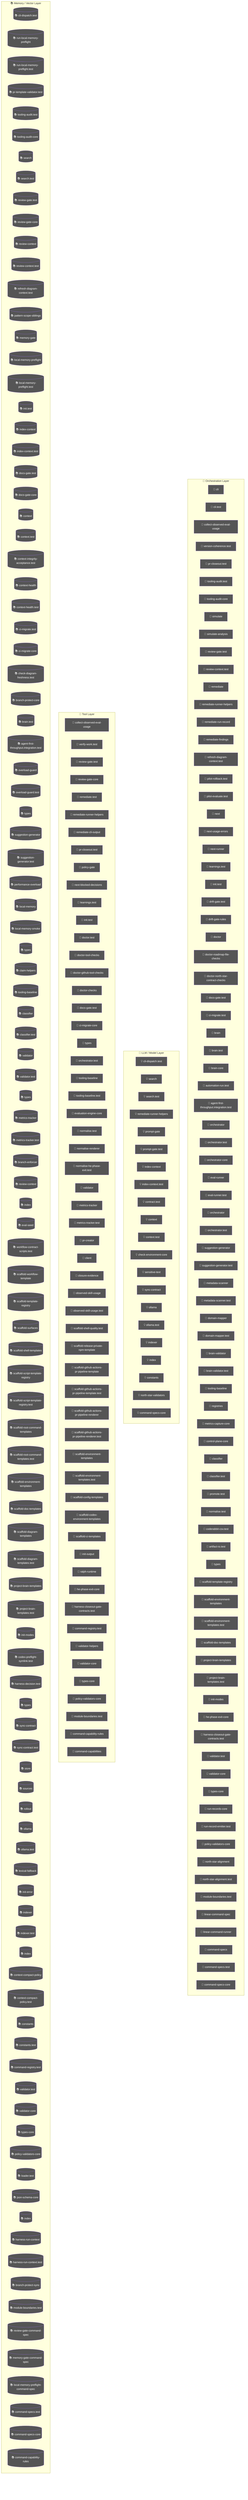
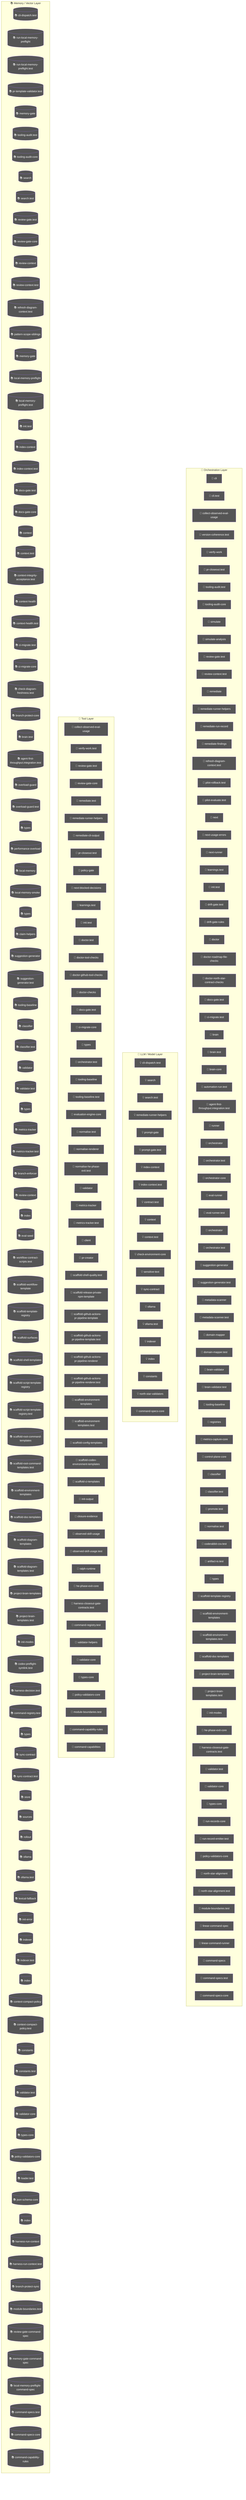
flowchart TD
  subgraph Orchestration["🎯 Orchestration Layer"]
    cli_99bb8840["🤖 cli"]
    cli_test_4851f28b["🤖 cli.test"]
    node_agent_mmd_orchestration_layer_orchestration_coll_37781291["🤖 collect-observed-eval-usage"]
    version_coherence_test_b81c6d8e["🤖 version-coherence.test"]
+     verify_work_df70ecac["🤖 verify-work"]
    pr_closeout_test_12a1ffdd["🤖 pr-closeout.test"]
    node_agent_mmd_orchestration_layer_orchestration_tool_5f9f8adf["🤖 tooling-audit.test"]
    node_agent_mmd_orchestration_layer_orchestration_tool_acfe0c01["🤖 tooling-audit-core"]
    simulate_b9efe395["🤖 simulate"]
    simulate_analysis_164a460c["🤖 simulate-analysis"]
    node_agent_mmd_orchestration_layer_orchestration_revi_ae9f100c["🤖 review-gate.test"]
    node_agent_mmd_orchestration_layer_orchestration_revi_84f25e5b["🤖 review-context.test"]
    remediate_06b9c7fc["🤖 remediate"]
    node_agent_mmd_orchestration_layer_orchestration_reme_359fe98f["🤖 remediate-runner-helpers"]
    remediate_run_record_9dfe5dc1["🤖 remediate-run-record"]
    remediate_findings_8b09c8c6["🤖 remediate-findings"]
    node_agent_mmd_orchestration_layer_orchestration_refr_10a87984["🤖 refresh-diagram-context.test"]
    pilot_rollback_test_e61d5a2b["🤖 pilot-rollback.test"]
    pilot_evaluate_test_a2ac06fc["🤖 pilot-evaluate.test"]
    next_c6c1c9a9["🤖 next"]
    next_usage_errors_837a345a["🤖 next-usage-errors"]
    next_runner_41643472["🤖 next-runner"]
    node_agent_mmd_orchestration_layer_orchestration_lear_5a2a5b08["🤖 learnings.test"]
    node_agent_mmd_orchestration_layer_orchestration_init_daf6ae1b["🤖 init.test"]
    drift_gate_test_816765e3["🤖 drift-gate.test"]
    drift_gate_rules_9685e72d["🤖 drift-gate-rules"]
    doctor_72f4be89["🤖 doctor"]
    doctor_roadmap_file_checks_14447b8e["🤖 doctor-roadmap-file-checks"]
    doctor_north_star_contract_checks_0048124c["🤖 doctor-north-star-contract-checks"]
    node_agent_mmd_orchestration_layer_orchestration_docs_22c7ae60["🤖 docs-gate.test"]
    node_agent_mmd_orchestration_layer_orchestration_ci_m_a6704d8b["🤖 ci-migrate.test"]
    brain_bbbf7a64["🤖 brain"]
    node_agent_mmd_orchestration_layer_orchestration_brai_9c019b6e["🤖 brain.test"]
    brain_core_aa07c380["🤖 brain-core"]
    automation_run_test_7b21d905["🤖 automation-run.test"]
    node_agent_mmd_orchestration_layer_orchestration_agen_eb715f44["🤖 agent-first-throughput.integration.test"]
+     runner_527aa9f4["🤖 runner"]
    orchestrator_11376b7e["🤖 orchestrator"]
    orchestrator_test_18d2fe26["🤖 orchestrator.test"]
    orchestrator_core_d0678b53["🤖 orchestrator-core"]
    eval_runner_0966a6b3["🤖 eval-runner"]
    eval_runner_test_962c8c18["🤖 eval-runner.test"]
    orchestrator_1_6b7137c5["🤖 orchestrator"]
    node_agent_mmd_orchestration_layer_orchestration_orch_af4e7416["🤖 orchestrator.test"]
    node_agent_mmd_orchestration_layer_orchestration_sugg_85c5ebe3["🤖 suggestion-generator"]
    node_agent_mmd_orchestration_layer_orchestration_sugg_d0ad9d8e["🤖 suggestion-generator.test"]
    metadata_scanner_6a101b66["🤖 metadata-scanner"]
    metadata_scanner_test_faee743d["🤖 metadata-scanner.test"]
    domain_mapper_cd9333d2["🤖 domain-mapper"]
    domain_mapper_test_dc5a9896["🤖 domain-mapper.test"]
    brain_validator_be251832["🤖 brain-validator"]
    brain_validator_test_5e40cb72["🤖 brain-validator.test"]
    node_agent_mmd_orchestration_layer_orchestration_tool_cc43149f["🤖 tooling-baseline"]
    registries_06402afa["🤖 registries"]
    metrics_capture_core_db4bf7cf["🤖 metrics-capture-core"]
    control_plane_core_db3b4cb2["🤖 control-plane-core"]
    node_agent_mmd_orchestration_layer_orchestration_clas_899b821a["🤖 classifier"]
    node_agent_mmd_orchestration_layer_orchestration_clas_402e0b3f["🤖 classifier.test"]
    promote_test_5c615269["🤖 promote.test"]
    normalise_test_1_6643dd83["🤖 normalise.test"]
    coderabbit_csv_test_1f36d0a4["🤖 coderabbit-csv.test"]
    artifact_io_test_aac02da3["🤖 artifact-io.test"]
-     types_17_ed30531c["🤖 types"]
+     types_16_0fae1112["🤖 types"]
    node_agent_mmd_orchestration_layer_orchestration_scaf_ff8f92f6["🤖 scaffold-template-registry"]
    node_agent_mmd_orchestration_layer_orchestration_scaf_c9a90c2f["🤖 scaffold-environment-templates"]
    node_agent_mmd_orchestration_layer_orchestration_scaf_78d57a93["🤖 scaffold-environment-templates.test"]
    node_agent_mmd_orchestration_layer_orchestration_scaf_12cc07db["🤖 scaffold-doc-templates"]
    node_agent_mmd_orchestration_layer_orchestration_proj_6ab6f60f["🤖 project-brain-templates"]
    node_agent_mmd_orchestration_layer_orchestration_proj_d78b2f4f["🤖 project-brain-templates.test"]
    node_agent_mmd_orchestration_layer_orchestration_init_2a9c3ecb["🤖 init-modes"]
    node_agent_mmd_orchestration_layer_orchestration_he_p_fc778c24["🤖 he-phase-exit-core"]
    node_agent_mmd_orchestration_layer_orchestration_harn_7761fad1["🤖 harness-closeout-gate-contracts.test"]
    node_agent_mmd_orchestration_layer_orchestration_vali_a3b17e45["🤖 validator.test"]
    node_agent_mmd_orchestration_layer_orchestration_vali_d9fe99e6["🤖 validator-core"]
    node_agent_mmd_orchestration_layer_orchestration_type_7cf81261["🤖 types-core"]
    run_records_core_89286dfa["🤖 run-records-core"]
    run_record_emitter_test_5475c0da["🤖 run-record-emitter.test"]
    node_agent_mmd_orchestration_layer_orchestration_poli_3270b55d["🤖 policy-validators-core"]
    north_star_alignment_00440188["🤖 north-star-alignment"]
    north_star_alignment_test_3ae1d69b["🤖 north-star-alignment.test"]
    node_agent_mmd_orchestration_layer_orchestration_modu_72373e29["🤖 module-boundaries.test"]
    linear_command_spec_1e12dd44["🤖 linear-command-spec"]
    linear_command_runner_4a740dfc["🤖 linear-command-runner"]
    command_specs_69167c63["🤖 command-specs"]
    node_agent_mmd_orchestration_layer_orchestration_comm_a137ef0a["🤖 command-specs.test"]
    node_agent_mmd_orchestration_layer_orchestration_comm_1f8cc24c["🤖 command-specs-core"]
  end
  subgraph LLMLayer["🧠 LLM / Model Layer"]
    node_agent_mmd_llm_model_layer_llmlayer_cli_dispatch__7ecbc6e7["💡 cli-dispatch.test"]
    node_agent_mmd_llm_model_layer_llmlayer_search_search_66b9a911["💡 search"]
    node_agent_mmd_llm_model_layer_llmlayer_search_test_s_72d50705["💡 search.test"]
    node_agent_mmd_llm_model_layer_llmlayer_remediate_run_9e3d4585["💡 remediate-runner-helpers"]
    prompt_gate_c5e9d207["💡 prompt-gate"]
    prompt_gate_test_1a442b27["💡 prompt-gate.test"]
    node_agent_mmd_llm_model_layer_llmlayer_index_context_1041bd11["💡 index-context"]
    node_agent_mmd_llm_model_layer_llmlayer_index_context_7e927b45["💡 index-context.test"]
    contract_test_2262847f["💡 contract.test"]
    node_agent_mmd_llm_model_layer_llmlayer_context_conte_ad2dfbd9["💡 context"]
    node_agent_mmd_llm_model_layer_llmlayer_context_test__32277db3["💡 context.test"]
    check_environment_core_2c16213f["💡 check-environment-core"]
    sensitive_text_7c11f760["💡 sensitive-text"]
    node_agent_mmd_llm_model_layer_llmlayer_sync_contract_9f3cc8c1["💡 sync-contract"]
    node_agent_mmd_llm_model_layer_llmlayer_ollama_ollama_968b23fa["💡 ollama"]
    node_agent_mmd_llm_model_layer_llmlayer_ollama_test_o_d62a0b5a["💡 ollama.test"]
    node_agent_mmd_llm_model_layer_llmlayer_indexer_index_4f4deef5["💡 indexer"]
    node_agent_mmd_llm_model_layer_llmlayer_index_index_1_02e160ff["💡 index"]
    node_agent_mmd_llm_model_layer_llmlayer_constants_con_c9bd3f6c["💡 constants"]
    north_star_validators_cfc926ce["💡 north-star-validators"]
    node_agent_mmd_llm_model_layer_llmlayer_command_specs_782af9fa["💡 command-specs-core"]
  end
  subgraph ToolLayer["🔧 Tool Layer"]
    node_agent_mmd_tool_layer_toollayer_collect_observed__f30f627d["🔧 collect-observed-eval-usage"]
    verify_work_test_0e12f6c5["🔧 verify-work.test"]
    node_agent_mmd_tool_layer_toollayer_review_gate_test__548e6c28["🔧 review-gate.test"]
    node_agent_mmd_tool_layer_toollayer_review_gate_core__7704598b["🔧 review-gate-core"]
    remediate_test_6f59cafe["🔧 remediate.test"]
    node_agent_mmd_tool_layer_toollayer_remediate_runner__c003b871["🔧 remediate-runner-helpers"]
    remediate_cli_output_cc165396["🔧 remediate-cli-output"]
    pr_closeout_test_1_be1a0df1["🔧 pr-closeout.test"]
    policy_gate_213f7313["🔧 policy-gate"]
    next_blocked_decisions_4140ad2b["🔧 next-blocked-decisions"]
    node_agent_mmd_tool_layer_toollayer_learnings_test_le_d61f175f["🔧 learnings.test"]
    node_agent_mmd_tool_layer_toollayer_init_test_init_te_ae014ee3["🔧 init.test"]
    doctor_test_e032e8b5["🔧 doctor.test"]
    doctor_tool_checks_4acac51a["🔧 doctor-tool-checks"]
    doctor_github_tool_checks_a53b0382["🔧 doctor-github-tool-checks"]
    doctor_checks_5a2eb2b9["🔧 doctor-checks"]
    node_agent_mmd_tool_layer_toollayer_docs_gate_test_do_ca0c4c21["🔧 docs-gate.test"]
    node_agent_mmd_tool_layer_toollayer_ci_migrate_core_c_049f8460["🔧 ci-migrate-core"]
-     types_1_4ecdf56e["🔧 types"]
+     types_2_d9bc6e7a["🔧 types"]
    node_agent_mmd_tool_layer_toollayer_orchestrator_test_b563c528["🔧 orchestrator.test"]
    node_agent_mmd_tool_layer_toollayer_tooling_baseline__61e66e9f["🔧 tooling-baseline"]
    tooling_baseline_test_d272ddb6["🔧 tooling-baseline.test"]
    evaluation_engine_core_e054fe49["🔧 evaluation-engine-core"]
    normalise_test_73e8a615["🔧 normalise.test"]
    normalise_renderer_85f2e563["🔧 normalise-renderer"]
    normalise_he_phase_exit_test_1788efc4["🔧 normalise-he-phase-exit.test"]
    node_agent_mmd_tool_layer_toollayer_validator_validat_96a84a52["🔧 validator"]
    node_agent_mmd_tool_layer_toollayer_metrics_tracker_m_4c9237d8["🔧 metrics-tracker"]
    node_agent_mmd_tool_layer_toollayer_metrics_tracker_t_8947b778["🔧 metrics-tracker.test"]
+     client_1_914e1681["🔧 client"]
    pr_creator_dc6b1ea4["🔧 pr-creator"]
-     client_1_914e1681["🔧 client"]
-     closure_evidence_aaa31467["🔧 closure-evidence"]
-     observed_skill_usage_ed7d5930["🔧 observed-skill-usage"]
-     observed_skill_usage_test_311c215a["🔧 observed-skill-usage.test"]
    scaffold_shell_quality_test_79567d03["🔧 scaffold-shell-quality.test"]
    scaffold_release_private_npm_template_075499f8["🔧 scaffold-release-private-npm-template"]
    scaffold_github_actions_pr_pipeline_template_e2b85f62["🔧 scaffold-github-actions-pr-pipeline-template"]
    scaffold_github_actions_pr_pipeline_template_test_be464a7b["🔧 scaffold-github-actions-pr-pipeline-template.test"]
    scaffold_github_actions_pr_pipeline_renderer_1ee18de5["🔧 scaffold-github-actions-pr-pipeline-renderer"]
    scaffold_github_actions_pr_pipeline_renderer_test_2cc38272["🔧 scaffold-github-actions-pr-pipeline-renderer.test"]
    node_agent_mmd_tool_layer_toollayer_scaffold_environm_c1afc013["🔧 scaffold-environment-templates"]
    node_agent_mmd_tool_layer_toollayer_scaffold_environm_1a8f8168["🔧 scaffold-environment-templates.test"]
    scaffold_config_templates_4b80ce53["🔧 scaffold-config-templates"]
    scaffold_codex_environment_templates_334fbbed["🔧 scaffold-codex-environment-templates"]
    scaffold_ci_templates_2afd6392["🔧 scaffold-ci-templates"]
    init_output_360dce91["🔧 init-output"]
+     closure_evidence_aaa31467["🔧 closure-evidence"]
+     observed_skill_usage_ed7d5930["🔧 observed-skill-usage"]
+     observed_skill_usage_test_311c215a["🔧 observed-skill-usage.test"]
    ralph_runtime_73d63c0e["🔧 ralph-runtime"]
    node_agent_mmd_tool_layer_toollayer_he_phase_exit_cor_af016160["🔧 he-phase-exit-core"]
    node_agent_mmd_tool_layer_toollayer_harness_closeout__df9d1dab["🔧 harness-closeout-gate-contracts.test"]
    node_agent_mmd_tool_layer_toollayer_command_registry__cce57abe["🔧 command-registry.test"]
    validator_helpers_7b927667["🔧 validator-helpers"]
    node_agent_mmd_tool_layer_toollayer_validator_core_va_6ef6131f["🔧 validator-core"]
    node_agent_mmd_tool_layer_toollayer_types_core_types__6c8319b6["🔧 types-core"]
    node_agent_mmd_tool_layer_toollayer_policy_validators_af136abf["🔧 policy-validators-core"]
    node_agent_mmd_tool_layer_toollayer_module_boundaries_fecf90b5["🔧 module-boundaries.test"]
    node_agent_mmd_tool_layer_toollayer_command_capabilit_e97a4615["🔧 command-capability-rules"]
    command_capabilities_a4d5c71e["🔧 command-capabilities"]
  end
  subgraph MemoryLayer["📚 Memory / Vector Layer"]
    node_agent_mmd_memory_vector_layer_memorylayer_cli_di_c121353b[("📚 cli-dispatch.test")]
    run_local_memory_preflight_36e92808[("📚 run-local-memory-preflight")]
    run_local_memory_preflight_test_1d7c5aa0[("📚 run-local-memory-preflight.test")]
    pr_template_validator_test_569b1cef[("📚 pr-template-validator.test")]
+     memory_gate_a577a506[("📚 memory-gate")]
    node_agent_mmd_memory_vector_layer_memorylayer_toolin_48be0fc9[("📚 tooling-audit.test")]
    node_agent_mmd_memory_vector_layer_memorylayer_toolin_a1185b8f[("📚 tooling-audit-core")]
    node_agent_mmd_memory_vector_layer_memorylayer_search_ac35cb7e[("📚 search")]
    node_agent_mmd_memory_vector_layer_memorylayer_search_ebbe6c53[("📚 search.test")]
    node_agent_mmd_memory_vector_layer_memorylayer_review_e0e0b257[("📚 review-gate.test")]
    node_agent_mmd_memory_vector_layer_memorylayer_review_5bee9816[("📚 review-gate-core")]
    review_context_ca6cf81d[("📚 review-context")]
    node_agent_mmd_memory_vector_layer_memorylayer_review_3255d3cf[("📚 review-context.test")]
    node_agent_mmd_memory_vector_layer_memorylayer_refres_b1a0f415[("📚 refresh-diagram-context.test")]
    pattern_scope_siblings_43abe000[("📚 pattern-scope-siblings")]
-     memory_gate_a577a506[("📚 memory-gate")]
+     memory_gate_1_265164ac[("📚 memory-gate")]
    local_memory_preflight_dcc36c42[("📚 local-memory-preflight")]
    local_memory_preflight_test_5e323bbf[("📚 local-memory-preflight.test")]
    node_agent_mmd_memory_vector_layer_memorylayer_init_t_bac0fb9d[("📚 init.test")]
    node_agent_mmd_memory_vector_layer_memorylayer_index__6f3402d0[("📚 index-context")]
    node_agent_mmd_memory_vector_layer_memorylayer_index__46fc46d7[("📚 index-context.test")]
    node_agent_mmd_memory_vector_layer_memorylayer_docs_g_2ab7a620[("📚 docs-gate.test")]
    docs_gate_core_eb9b6c18[("📚 docs-gate-core")]
    node_agent_mmd_memory_vector_layer_memorylayer_contex_78ceaaa9[("📚 context")]
    node_agent_mmd_memory_vector_layer_memorylayer_contex_4e7cab00[("📚 context.test")]
    context_integrity_acceptance_test_59f961b1[("📚 context-integrity-acceptance.test")]
    context_health_80bb7da9[("📚 context-health")]
    context_health_test_3b5b87f3[("📚 context-health.test")]
    node_agent_mmd_memory_vector_layer_memorylayer_ci_mig_df76706f[("📚 ci-migrate.test")]
    node_agent_mmd_memory_vector_layer_memorylayer_ci_mig_0cd5b1a4[("📚 ci-migrate-core")]
    check_diagram_freshness_test_c1dc40aa[("📚 check-diagram-freshness.test")]
    branch_protect_core_a8feb0fd[("📚 branch-protect-core")]
    node_agent_mmd_memory_vector_layer_memorylayer_brain__80b5ea48[("📚 brain.test")]
    node_agent_mmd_memory_vector_layer_memorylayer_agent__6f084ab8[("📚 agent-first-throughput.integration.test")]
    overload_guard_2748c559[("📚 overload-guard")]
    overload_guard_test_6ece9f86[("📚 overload-guard.test")]
-     types_4_822d0f88[("📚 types")]
-     node_agent_mmd_memory_vector_layer_memorylayer_sugges_267f408d[("📚 suggestion-generator")]
-     node_agent_mmd_memory_vector_layer_memorylayer_sugges_b043d150[("📚 suggestion-generator.test")]
+     types_5_f869ec4b[("📚 types")]
    performance_overload_c685bfcf[("📚 performance-overload")]
    local_memory_0db17ecc[("📚 local-memory")]
    local_memory_smoke_1175abfc[("📚 local-memory-smoke")]
-     types_8_f6283648[("📚 types")]
+     types_9_1db4641f[("📚 types")]
    claim_helpers_20dc8387[("📚 claim-helpers")]
+     node_agent_mmd_memory_vector_layer_memorylayer_sugges_267f408d[("📚 suggestion-generator")]
+     node_agent_mmd_memory_vector_layer_memorylayer_sugges_b043d150[("📚 suggestion-generator.test")]
    node_agent_mmd_memory_vector_layer_memorylayer_toolin_14f86b00[("📚 tooling-baseline")]
    node_agent_mmd_memory_vector_layer_memorylayer_classi_1ebbf5ff[("📚 classifier")]
    node_agent_mmd_memory_vector_layer_memorylayer_classi_58e617e7[("📚 classifier.test")]
    node_agent_mmd_memory_vector_layer_memorylayer_valida_1b167f63[("📚 validator")]
    validator_test_1_c5015ca0[("📚 validator.test")]
-     types_12_2b09659a[("📚 types")]
+     types_13_d025517b[("📚 types")]
    node_agent_mmd_memory_vector_layer_memorylayer_metric_12562178[("📚 metrics-tracker")]
    node_agent_mmd_memory_vector_layer_memorylayer_metric_74129788[("📚 metrics-tracker.test")]
    branch_enforcer_acb749cd[("📚 branch-enforcer")]
    review_context_1_e3afed15[("📚 review-context")]
    index_2_10143590[("📚 index")]
    eval_seed_5699fd3e[("📚 eval-seed")]
    workflow_contract_scripts_test_681e2e3c[("📚 workflow-contract-scripts.test")]
    scaffold_workflow_template_92310587[("📚 scaffold-workflow-template")]
    node_agent_mmd_memory_vector_layer_memorylayer_scaffo_a86eece1[("📚 scaffold-template-registry")]
    scaffold_surfaces_12d6494e[("📚 scaffold-surfaces")]
    scaffold_shell_templates_0ad0f915[("📚 scaffold-shell-templates")]
    scaffold_script_template_registry_69312d4e[("📚 scaffold-script-template-registry")]
    scaffold_script_template_registry_test_6a8ebefe[("📚 scaffold-script-template-registry.test")]
    scaffold_root_command_templates_404fed7f[("📚 scaffold-root-command-templates")]
    scaffold_root_command_templates_test_14596939[("📚 scaffold-root-command-templates.test")]
    node_agent_mmd_memory_vector_layer_memorylayer_scaffo_12b42341[("📚 scaffold-environment-templates")]
    node_agent_mmd_memory_vector_layer_memorylayer_scaffo_5fd73b94[("📚 scaffold-doc-templates")]
    scaffold_diagram_templates_dd88e83c[("📚 scaffold-diagram-templates")]
    scaffold_diagram_templates_test_f3774c28[("📚 scaffold-diagram-templates.test")]
    node_agent_mmd_memory_vector_layer_memorylayer_projec_3ae304d9[("📚 project-brain-templates")]
    node_agent_mmd_memory_vector_layer_memorylayer_projec_6048335b[("📚 project-brain-templates.test")]
    node_agent_mmd_memory_vector_layer_memorylayer_init_m_333d02c5[("📚 init-modes")]
    codex_preflight_symlink_test_037558db[("📚 codex-preflight-symlink.test")]
    harness_decision_test_7e5a4fe5[("📚 harness-decision.test")]
-     types_18_37582e2a[("📚 types")]
+     node_agent_mmd_memory_vector_layer_memorylayer_comman_362247bb[("📚 command-registry.test")]
+     types_19_eb4ad5f0[("📚 types")]
    node_agent_mmd_memory_vector_layer_memorylayer_sync_c_e43418bc[("📚 sync-contract")]
    sync_contract_test_5dc3165c[("📚 sync-contract.test")]
    store_824d80d7[("📚 store")]
    sources_1_e133d97d[("📚 sources")]
    rollout_a4fa034c[("📚 rollout")]
    node_agent_mmd_memory_vector_layer_memorylayer_ollama_6d51be16[("📚 ollama")]
    node_agent_mmd_memory_vector_layer_memorylayer_ollama_d800c0c4[("📚 ollama.test")]
    lexical_fallback_723e2b3e[("📚 lexical-fallback")]
    init_error_5c7dd49f[("📚 init-error")]
    node_agent_mmd_memory_vector_layer_memorylayer_indexe_93e6d86f[("📚 indexer")]
    indexer_test_d492f0aa[("📚 indexer.test")]
    node_agent_mmd_memory_vector_layer_memorylayer_index__752bc61e[("📚 index")]
    context_compact_policy_3dcaf95d[("📚 context-compact-policy")]
    context_compact_policy_test_da148267[("📚 context-compact-policy.test")]
    node_agent_mmd_memory_vector_layer_memorylayer_consta_702d3f46[("📚 constants")]
    constants_test_5492ae98[("📚 constants.test")]
-     node_agent_mmd_memory_vector_layer_memorylayer_comman_362247bb[("📚 command-registry.test")]
    node_agent_mmd_memory_vector_layer_memorylayer_valida_caacfcdf[("📚 validator.test")]
    node_agent_mmd_memory_vector_layer_memorylayer_valida_41034356[("📚 validator-core")]
    node_agent_mmd_memory_vector_layer_memorylayer_types__83f369fa[("📚 types-core")]
    node_agent_mmd_memory_vector_layer_memorylayer_policy_1944de42[("📚 policy-validators-core")]
    loader_test_03424671[("📚 loader.test")]
    json_schema_core_96d7e328[("📚 json-schema-core")]
    index_6_fc9e91e2[("📚 index")]
    harness_run_context_ac7c77a9[("📚 harness-run-context")]
    harness_run_context_test_c6937fed[("📚 harness-run-context.test")]
    branch_protect_sync_570adb18[("📚 branch-protect-sync")]
    node_agent_mmd_memory_vector_layer_memorylayer_module_9bfd18b1[("📚 module-boundaries.test")]
    review_gate_command_spec_3187376a[("📚 review-gate-command-spec")]
    memory_gate_command_spec_dc9001a9[("📚 memory-gate-command-spec")]
    local_memory_preflight_command_spec_9e23f3ce[("📚 local-memory-preflight-command-spec")]
    node_agent_mmd_memory_vector_layer_memorylayer_comman_d36d1650[("📚 command-specs.test")]
    node_agent_mmd_memory_vector_layer_memorylayer_comman_111eb454[("📚 command-specs-core")]
    node_agent_mmd_memory_vector_layer_memorylayer_comman_c72a5d05[("📚 command-capability-rules")]
  end
  classDef agentNode fill:#555,color:#fff
-   class cli_99bb8840,cli_test_4851f28b,node_agent_mmd_orchestration_layer_orchestration_coll_37781291,node_agent_mmd_tool_layer_toollayer_collect_observed__f30f627d,version_coherence_test_b81c6d8e,pr_closeout_test_12a1ffdd,node_agent_mmd_orchestration_layer_orchestration_tool_5f9f8adf,node_agent_mmd_memory_vector_layer_memorylayer_toolin_48be0fc9,node_agent_mmd_orchestration_layer_orchestration_tool_acfe0c01,node_agent_mmd_memory_vector_layer_memorylayer_toolin_a1185b8f,simulate_b9efe395,simulate_analysis_164a460c,node_agent_mmd_orchestration_layer_orchestration_revi_ae9f100c,node_agent_mmd_tool_layer_toollayer_review_gate_test__548e6c28,node_agent_mmd_memory_vector_layer_memorylayer_review_e0e0b257,node_agent_mmd_orchestration_layer_orchestration_revi_84f25e5b,node_agent_mmd_memory_vector_layer_memorylayer_review_3255d3cf,remediate_06b9c7fc,node_agent_mmd_orchestration_layer_orchestration_reme_359fe98f,node_agent_mmd_llm_model_layer_llmlayer_remediate_run_9e3d4585,node_agent_mmd_tool_layer_toollayer_remediate_runner__c003b871,remediate_run_record_9dfe5dc1,remediate_findings_8b09c8c6,node_agent_mmd_orchestration_layer_orchestration_refr_10a87984,node_agent_mmd_memory_vector_layer_memorylayer_refres_b1a0f415,pilot_rollback_test_e61d5a2b,pilot_evaluate_test_a2ac06fc,next_c6c1c9a9,next_usage_errors_837a345a,next_runner_41643472,node_agent_mmd_orchestration_layer_orchestration_lear_5a2a5b08,node_agent_mmd_tool_layer_toollayer_learnings_test_le_d61f175f,node_agent_mmd_orchestration_layer_orchestration_init_daf6ae1b,node_agent_mmd_tool_layer_toollayer_init_test_init_te_ae014ee3,node_agent_mmd_memory_vector_layer_memorylayer_init_t_bac0fb9d,drift_gate_test_816765e3,drift_gate_rules_9685e72d,doctor_72f4be89,doctor_roadmap_file_checks_14447b8e,doctor_north_star_contract_checks_0048124c,node_agent_mmd_orchestration_layer_orchestration_docs_22c7ae60,node_agent_mmd_tool_layer_toollayer_docs_gate_test_do_ca0c4c21,node_agent_mmd_memory_vector_layer_memorylayer_docs_g_2ab7a620,node_agent_mmd_orchestration_layer_orchestration_ci_m_a6704d8b,node_agent_mmd_memory_vector_layer_memorylayer_ci_mig_df76706f,brain_bbbf7a64,node_agent_mmd_orchestration_layer_orchestration_brai_9c019b6e,node_agent_mmd_memory_vector_layer_memorylayer_brain__80b5ea48,brain_core_aa07c380,automation_run_test_7b21d905,node_agent_mmd_orchestration_layer_orchestration_agen_eb715f44,node_agent_mmd_memory_vector_layer_memorylayer_agent__6f084ab8,orchestrator_11376b7e,orchestrator_test_18d2fe26,orchestrator_core_d0678b53,eval_runner_0966a6b3,eval_runner_test_962c8c18,orchestrator_1_6b7137c5,node_agent_mmd_orchestration_layer_orchestration_orch_af4e7416,node_agent_mmd_tool_layer_toollayer_orchestrator_test_b563c528,node_agent_mmd_orchestration_layer_orchestration_sugg_85c5ebe3,node_agent_mmd_memory_vector_layer_memorylayer_sugges_267f408d,node_agent_mmd_orchestration_layer_orchestration_sugg_d0ad9d8e,node_agent_mmd_memory_vector_layer_memorylayer_sugges_b043d150,metadata_scanner_6a101b66,metadata_scanner_test_faee743d,domain_mapper_cd9333d2,domain_mapper_test_dc5a9896,brain_validator_be251832,brain_validator_test_5e40cb72,node_agent_mmd_orchestration_layer_orchestration_tool_cc43149f,node_agent_mmd_tool_layer_toollayer_tooling_baseline__61e66e9f,node_agent_mmd_memory_vector_layer_memorylayer_toolin_14f86b00,registries_06402afa,metrics_capture_core_db4bf7cf,control_plane_core_db3b4cb2,node_agent_mmd_orchestration_layer_orchestration_clas_899b821a,node_agent_mmd_memory_vector_layer_memorylayer_classi_1ebbf5ff,node_agent_mmd_orchestration_layer_orchestration_clas_402e0b3f,node_agent_mmd_memory_vector_layer_memorylayer_classi_58e617e7,promote_test_5c615269,normalise_test_1_6643dd83,coderabbit_csv_test_1f36d0a4,artifact_io_test_aac02da3,types_17_ed30531c,node_agent_mmd_orchestration_layer_orchestration_scaf_ff8f92f6,node_agent_mmd_memory_vector_layer_memorylayer_scaffo_a86eece1,node_agent_mmd_orchestration_layer_orchestration_scaf_c9a90c2f,node_agent_mmd_tool_layer_toollayer_scaffold_environm_c1afc013,node_agent_mmd_memory_vector_layer_memorylayer_scaffo_12b42341,node_agent_mmd_orchestration_layer_orchestration_scaf_78d57a93,node_agent_mmd_tool_layer_toollayer_scaffold_environm_1a8f8168,node_agent_mmd_orchestration_layer_orchestration_scaf_12cc07db,node_agent_mmd_memory_vector_layer_memorylayer_scaffo_5fd73b94,node_agent_mmd_orchestration_layer_orchestration_proj_6ab6f60f,node_agent_mmd_memory_vector_layer_memorylayer_projec_3ae304d9,node_agent_mmd_orchestration_layer_orchestration_proj_d78b2f4f,node_agent_mmd_memory_vector_layer_memorylayer_projec_6048335b,node_agent_mmd_orchestration_layer_orchestration_init_2a9c3ecb,node_agent_mmd_memory_vector_layer_memorylayer_init_m_333d02c5,node_agent_mmd_orchestration_layer_orchestration_he_p_fc778c24,node_agent_mmd_tool_layer_toollayer_he_phase_exit_cor_af016160,node_agent_mmd_orchestration_layer_orchestration_harn_7761fad1,node_agent_mmd_tool_layer_toollayer_harness_closeout__df9d1dab,node_agent_mmd_orchestration_layer_orchestration_vali_a3b17e45,node_agent_mmd_memory_vector_layer_memorylayer_valida_caacfcdf,node_agent_mmd_orchestration_layer_orchestration_vali_d9fe99e6,node_agent_mmd_tool_layer_toollayer_validator_core_va_6ef6131f,node_agent_mmd_memory_vector_layer_memorylayer_valida_41034356,node_agent_mmd_orchestration_layer_orchestration_type_7cf81261,node_agent_mmd_tool_layer_toollayer_types_core_types__6c8319b6,node_agent_mmd_memory_vector_layer_memorylayer_types__83f369fa,run_records_core_89286dfa,run_record_emitter_test_5475c0da,node_agent_mmd_orchestration_layer_orchestration_poli_3270b55d,node_agent_mmd_tool_layer_toollayer_policy_validators_af136abf,node_agent_mmd_memory_vector_layer_memorylayer_policy_1944de42,north_star_alignment_00440188,north_star_alignment_test_3ae1d69b,node_agent_mmd_orchestration_layer_orchestration_modu_72373e29,node_agent_mmd_tool_layer_toollayer_module_boundaries_fecf90b5,node_agent_mmd_memory_vector_layer_memorylayer_module_9bfd18b1,linear_command_spec_1e12dd44,linear_command_runner_4a740dfc,command_specs_69167c63,node_agent_mmd_orchestration_layer_orchestration_comm_a137ef0a,node_agent_mmd_memory_vector_layer_memorylayer_comman_d36d1650,node_agent_mmd_orchestration_layer_orchestration_comm_1f8cc24c,node_agent_mmd_llm_model_layer_llmlayer_command_specs_782af9fa,node_agent_mmd_memory_vector_layer_memorylayer_comman_111eb454 agentNode
+   class cli_99bb8840,cli_test_4851f28b,node_agent_mmd_orchestration_layer_orchestration_coll_37781291,node_agent_mmd_tool_layer_toollayer_collect_observed__f30f627d,version_coherence_test_b81c6d8e,verify_work_df70ecac,pr_closeout_test_12a1ffdd,node_agent_mmd_orchestration_layer_orchestration_tool_5f9f8adf,node_agent_mmd_memory_vector_layer_memorylayer_toolin_48be0fc9,node_agent_mmd_orchestration_layer_orchestration_tool_acfe0c01,node_agent_mmd_memory_vector_layer_memorylayer_toolin_a1185b8f,simulate_b9efe395,simulate_analysis_164a460c,node_agent_mmd_orchestration_layer_orchestration_revi_ae9f100c,node_agent_mmd_tool_layer_toollayer_review_gate_test__548e6c28,node_agent_mmd_memory_vector_layer_memorylayer_review_e0e0b257,node_agent_mmd_orchestration_layer_orchestration_revi_84f25e5b,node_agent_mmd_memory_vector_layer_memorylayer_review_3255d3cf,remediate_06b9c7fc,node_agent_mmd_orchestration_layer_orchestration_reme_359fe98f,node_agent_mmd_llm_model_layer_llmlayer_remediate_run_9e3d4585,node_agent_mmd_tool_layer_toollayer_remediate_runner__c003b871,remediate_run_record_9dfe5dc1,remediate_findings_8b09c8c6,node_agent_mmd_orchestration_layer_orchestration_refr_10a87984,node_agent_mmd_memory_vector_layer_memorylayer_refres_b1a0f415,pilot_rollback_test_e61d5a2b,pilot_evaluate_test_a2ac06fc,next_c6c1c9a9,next_usage_errors_837a345a,next_runner_41643472,node_agent_mmd_orchestration_layer_orchestration_lear_5a2a5b08,node_agent_mmd_tool_layer_toollayer_learnings_test_le_d61f175f,node_agent_mmd_orchestration_layer_orchestration_init_daf6ae1b,node_agent_mmd_tool_layer_toollayer_init_test_init_te_ae014ee3,node_agent_mmd_memory_vector_layer_memorylayer_init_t_bac0fb9d,drift_gate_test_816765e3,drift_gate_rules_9685e72d,doctor_72f4be89,doctor_roadmap_file_checks_14447b8e,doctor_north_star_contract_checks_0048124c,node_agent_mmd_orchestration_layer_orchestration_docs_22c7ae60,node_agent_mmd_tool_layer_toollayer_docs_gate_test_do_ca0c4c21,node_agent_mmd_memory_vector_layer_memorylayer_docs_g_2ab7a620,node_agent_mmd_orchestration_layer_orchestration_ci_m_a6704d8b,node_agent_mmd_memory_vector_layer_memorylayer_ci_mig_df76706f,brain_bbbf7a64,node_agent_mmd_orchestration_layer_orchestration_brai_9c019b6e,node_agent_mmd_memory_vector_layer_memorylayer_brain__80b5ea48,brain_core_aa07c380,automation_run_test_7b21d905,node_agent_mmd_orchestration_layer_orchestration_agen_eb715f44,node_agent_mmd_memory_vector_layer_memorylayer_agent__6f084ab8,runner_527aa9f4,orchestrator_11376b7e,orchestrator_test_18d2fe26,orchestrator_core_d0678b53,eval_runner_0966a6b3,eval_runner_test_962c8c18,orchestrator_1_6b7137c5,node_agent_mmd_orchestration_layer_orchestration_orch_af4e7416,node_agent_mmd_tool_layer_toollayer_orchestrator_test_b563c528,node_agent_mmd_orchestration_layer_orchestration_sugg_85c5ebe3,node_agent_mmd_memory_vector_layer_memorylayer_sugges_267f408d,node_agent_mmd_orchestration_layer_orchestration_sugg_d0ad9d8e,node_agent_mmd_memory_vector_layer_memorylayer_sugges_b043d150,metadata_scanner_6a101b66,metadata_scanner_test_faee743d,domain_mapper_cd9333d2,domain_mapper_test_dc5a9896,brain_validator_be251832,brain_validator_test_5e40cb72,node_agent_mmd_orchestration_layer_orchestration_tool_cc43149f,node_agent_mmd_tool_layer_toollayer_tooling_baseline__61e66e9f,node_agent_mmd_memory_vector_layer_memorylayer_toolin_14f86b00,registries_06402afa,metrics_capture_core_db4bf7cf,control_plane_core_db3b4cb2,node_agent_mmd_orchestration_layer_orchestration_clas_899b821a,node_agent_mmd_memory_vector_layer_memorylayer_classi_1ebbf5ff,node_agent_mmd_orchestration_layer_orchestration_clas_402e0b3f,node_agent_mmd_memory_vector_layer_memorylayer_classi_58e617e7,promote_test_5c615269,normalise_test_1_6643dd83,coderabbit_csv_test_1f36d0a4,artifact_io_test_aac02da3,types_16_0fae1112,node_agent_mmd_orchestration_layer_orchestration_scaf_ff8f92f6,node_agent_mmd_memory_vector_layer_memorylayer_scaffo_a86eece1,node_agent_mmd_orchestration_layer_orchestration_scaf_c9a90c2f,node_agent_mmd_tool_layer_toollayer_scaffold_environm_c1afc013,node_agent_mmd_memory_vector_layer_memorylayer_scaffo_12b42341,node_agent_mmd_orchestration_layer_orchestration_scaf_78d57a93,node_agent_mmd_tool_layer_toollayer_scaffold_environm_1a8f8168,node_agent_mmd_orchestration_layer_orchestration_scaf_12cc07db,node_agent_mmd_memory_vector_layer_memorylayer_scaffo_5fd73b94,node_agent_mmd_orchestration_layer_orchestration_proj_6ab6f60f,node_agent_mmd_memory_vector_layer_memorylayer_projec_3ae304d9,node_agent_mmd_orchestration_layer_orchestration_proj_d78b2f4f,node_agent_mmd_memory_vector_layer_memorylayer_projec_6048335b,node_agent_mmd_orchestration_layer_orchestration_init_2a9c3ecb,node_agent_mmd_memory_vector_layer_memorylayer_init_m_333d02c5,node_agent_mmd_orchestration_layer_orchestration_he_p_fc778c24,node_agent_mmd_tool_layer_toollayer_he_phase_exit_cor_af016160,node_agent_mmd_orchestration_layer_orchestration_harn_7761fad1,node_agent_mmd_tool_layer_toollayer_harness_closeout__df9d1dab,node_agent_mmd_orchestration_layer_orchestration_vali_a3b17e45,node_agent_mmd_memory_vector_layer_memorylayer_valida_caacfcdf,node_agent_mmd_orchestration_layer_orchestration_vali_d9fe99e6,node_agent_mmd_tool_layer_toollayer_validator_core_va_6ef6131f,node_agent_mmd_memory_vector_layer_memorylayer_valida_41034356,node_agent_mmd_orchestration_layer_orchestration_type_7cf81261,node_agent_mmd_tool_layer_toollayer_types_core_types__6c8319b6,node_agent_mmd_memory_vector_layer_memorylayer_types__83f369fa,run_records_core_89286dfa,run_record_emitter_test_5475c0da,node_agent_mmd_orchestration_layer_orchestration_poli_3270b55d,node_agent_mmd_tool_layer_toollayer_policy_validators_af136abf,node_agent_mmd_memory_vector_layer_memorylayer_policy_1944de42,north_star_alignment_00440188,north_star_alignment_test_3ae1d69b,node_agent_mmd_orchestration_layer_orchestration_modu_72373e29,node_agent_mmd_tool_layer_toollayer_module_boundaries_fecf90b5,node_agent_mmd_memory_vector_layer_memorylayer_module_9bfd18b1,linear_command_spec_1e12dd44,linear_command_runner_4a740dfc,command_specs_69167c63,node_agent_mmd_orchestration_layer_orchestration_comm_a137ef0a,node_agent_mmd_memory_vector_layer_memorylayer_comman_d36d1650,node_agent_mmd_orchestration_layer_orchestration_comm_1f8cc24c,node_agent_mmd_llm_model_layer_llmlayer_command_specs_782af9fa,node_agent_mmd_memory_vector_layer_memorylayer_comman_111eb454 agentNode
  classDef llmNode fill:#555,color:#fff
  class node_agent_mmd_llm_model_layer_llmlayer_cli_dispatch__7ecbc6e7,node_agent_mmd_memory_vector_layer_memorylayer_cli_di_c121353b,node_agent_mmd_llm_model_layer_llmlayer_search_search_66b9a911,node_agent_mmd_memory_vector_layer_memorylayer_search_ac35cb7e,node_agent_mmd_llm_model_layer_llmlayer_search_test_s_72d50705,node_agent_mmd_memory_vector_layer_memorylayer_search_ebbe6c53,node_agent_mmd_orchestration_layer_orchestration_reme_359fe98f,node_agent_mmd_llm_model_layer_llmlayer_remediate_run_9e3d4585,node_agent_mmd_tool_layer_toollayer_remediate_runner__c003b871,prompt_gate_c5e9d207,prompt_gate_test_1a442b27,node_agent_mmd_llm_model_layer_llmlayer_index_context_1041bd11,node_agent_mmd_memory_vector_layer_memorylayer_index__6f3402d0,node_agent_mmd_llm_model_layer_llmlayer_index_context_7e927b45,node_agent_mmd_memory_vector_layer_memorylayer_index__46fc46d7,contract_test_2262847f,node_agent_mmd_llm_model_layer_llmlayer_context_conte_ad2dfbd9,node_agent_mmd_memory_vector_layer_memorylayer_contex_78ceaaa9,node_agent_mmd_llm_model_layer_llmlayer_context_test__32277db3,node_agent_mmd_memory_vector_layer_memorylayer_contex_4e7cab00,check_environment_core_2c16213f,sensitive_text_7c11f760,node_agent_mmd_llm_model_layer_llmlayer_sync_contract_9f3cc8c1,node_agent_mmd_memory_vector_layer_memorylayer_sync_c_e43418bc,node_agent_mmd_llm_model_layer_llmlayer_ollama_ollama_968b23fa,node_agent_mmd_memory_vector_layer_memorylayer_ollama_6d51be16,node_agent_mmd_llm_model_layer_llmlayer_ollama_test_o_d62a0b5a,node_agent_mmd_memory_vector_layer_memorylayer_ollama_d800c0c4,node_agent_mmd_llm_model_layer_llmlayer_indexer_index_4f4deef5,node_agent_mmd_memory_vector_layer_memorylayer_indexe_93e6d86f,node_agent_mmd_llm_model_layer_llmlayer_index_index_1_02e160ff,node_agent_mmd_memory_vector_layer_memorylayer_index__752bc61e,node_agent_mmd_llm_model_layer_llmlayer_constants_con_c9bd3f6c,node_agent_mmd_memory_vector_layer_memorylayer_consta_702d3f46,north_star_validators_cfc926ce,node_agent_mmd_orchestration_layer_orchestration_comm_1f8cc24c,node_agent_mmd_llm_model_layer_llmlayer_command_specs_782af9fa,node_agent_mmd_memory_vector_layer_memorylayer_comman_111eb454 llmNode
  classDef toolNode fill:#555,color:#fff
-   class node_agent_mmd_orchestration_layer_orchestration_coll_37781291,node_agent_mmd_tool_layer_toollayer_collect_observed__f30f627d,verify_work_test_0e12f6c5,node_agent_mmd_orchestration_layer_orchestration_revi_ae9f100c,node_agent_mmd_tool_layer_toollayer_review_gate_test__548e6c28,node_agent_mmd_memory_vector_layer_memorylayer_review_e0e0b257,node_agent_mmd_tool_layer_toollayer_review_gate_core__7704598b,node_agent_mmd_memory_vector_layer_memorylayer_review_5bee9816,remediate_test_6f59cafe,node_agent_mmd_orchestration_layer_orchestration_reme_359fe98f,node_agent_mmd_llm_model_layer_llmlayer_remediate_run_9e3d4585,node_agent_mmd_tool_layer_toollayer_remediate_runner__c003b871,remediate_cli_output_cc165396,pr_closeout_test_1_be1a0df1,policy_gate_213f7313,next_blocked_decisions_4140ad2b,node_agent_mmd_orchestration_layer_orchestration_lear_5a2a5b08,node_agent_mmd_tool_layer_toollayer_learnings_test_le_d61f175f,node_agent_mmd_orchestration_layer_orchestration_init_daf6ae1b,node_agent_mmd_tool_layer_toollayer_init_test_init_te_ae014ee3,node_agent_mmd_memory_vector_layer_memorylayer_init_t_bac0fb9d,doctor_test_e032e8b5,doctor_tool_checks_4acac51a,doctor_github_tool_checks_a53b0382,doctor_checks_5a2eb2b9,node_agent_mmd_orchestration_layer_orchestration_docs_22c7ae60,node_agent_mmd_tool_layer_toollayer_docs_gate_test_do_ca0c4c21,node_agent_mmd_memory_vector_layer_memorylayer_docs_g_2ab7a620,node_agent_mmd_tool_layer_toollayer_ci_migrate_core_c_049f8460,node_agent_mmd_memory_vector_layer_memorylayer_ci_mig_0cd5b1a4,types_1_4ecdf56e,node_agent_mmd_orchestration_layer_orchestration_orch_af4e7416,node_agent_mmd_tool_layer_toollayer_orchestrator_test_b563c528,node_agent_mmd_orchestration_layer_orchestration_tool_cc43149f,node_agent_mmd_tool_layer_toollayer_tooling_baseline__61e66e9f,node_agent_mmd_memory_vector_layer_memorylayer_toolin_14f86b00,tooling_baseline_test_d272ddb6,evaluation_engine_core_e054fe49,normalise_test_73e8a615,normalise_renderer_85f2e563,normalise_he_phase_exit_test_1788efc4,node_agent_mmd_tool_layer_toollayer_validator_validat_96a84a52,node_agent_mmd_memory_vector_layer_memorylayer_valida_1b167f63,node_agent_mmd_tool_layer_toollayer_metrics_tracker_m_4c9237d8,node_agent_mmd_memory_vector_layer_memorylayer_metric_12562178,node_agent_mmd_tool_layer_toollayer_metrics_tracker_t_8947b778,node_agent_mmd_memory_vector_layer_memorylayer_metric_74129788,pr_creator_dc6b1ea4,client_1_914e1681,closure_evidence_aaa31467,observed_skill_usage_ed7d5930,observed_skill_usage_test_311c215a,scaffold_shell_quality_test_79567d03,scaffold_release_private_npm_template_075499f8,scaffold_github_actions_pr_pipeline_template_e2b85f62,scaffold_github_actions_pr_pipeline_template_test_be464a7b,scaffold_github_actions_pr_pipeline_renderer_1ee18de5,scaffold_github_actions_pr_pipeline_renderer_test_2cc38272,node_agent_mmd_orchestration_layer_orchestration_scaf_c9a90c2f,node_agent_mmd_tool_layer_toollayer_scaffold_environm_c1afc013,node_agent_mmd_memory_vector_layer_memorylayer_scaffo_12b42341,node_agent_mmd_orchestration_layer_orchestration_scaf_78d57a93,node_agent_mmd_tool_layer_toollayer_scaffold_environm_1a8f8168,scaffold_config_templates_4b80ce53,scaffold_codex_environment_templates_334fbbed,scaffold_ci_templates_2afd6392,init_output_360dce91,ralph_runtime_73d63c0e,node_agent_mmd_orchestration_layer_orchestration_he_p_fc778c24,node_agent_mmd_tool_layer_toollayer_he_phase_exit_cor_af016160,node_agent_mmd_orchestration_layer_orchestration_harn_7761fad1,node_agent_mmd_tool_layer_toollayer_harness_closeout__df9d1dab,node_agent_mmd_tool_layer_toollayer_command_registry__cce57abe,node_agent_mmd_memory_vector_layer_memorylayer_comman_362247bb,validator_helpers_7b927667,node_agent_mmd_orchestration_layer_orchestration_vali_d9fe99e6,node_agent_mmd_tool_layer_toollayer_validator_core_va_6ef6131f,node_agent_mmd_memory_vector_layer_memorylayer_valida_41034356,node_agent_mmd_orchestration_layer_orchestration_type_7cf81261,node_agent_mmd_tool_layer_toollayer_types_core_types__6c8319b6,node_agent_mmd_memory_vector_layer_memorylayer_types__83f369fa,node_agent_mmd_orchestration_layer_orchestration_poli_3270b55d,node_agent_mmd_tool_layer_toollayer_policy_validators_af136abf,node_agent_mmd_memory_vector_layer_memorylayer_policy_1944de42,node_agent_mmd_orchestration_layer_orchestration_modu_72373e29,node_agent_mmd_tool_layer_toollayer_module_boundaries_fecf90b5,node_agent_mmd_memory_vector_layer_memorylayer_module_9bfd18b1,node_agent_mmd_tool_layer_toollayer_command_capabilit_e97a4615,node_agent_mmd_memory_vector_layer_memorylayer_comman_c72a5d05,command_capabilities_a4d5c71e toolNode
+   class node_agent_mmd_orchestration_layer_orchestration_coll_37781291,node_agent_mmd_tool_layer_toollayer_collect_observed__f30f627d,verify_work_test_0e12f6c5,node_agent_mmd_orchestration_layer_orchestration_revi_ae9f100c,node_agent_mmd_tool_layer_toollayer_review_gate_test__548e6c28,node_agent_mmd_memory_vector_layer_memorylayer_review_e0e0b257,node_agent_mmd_tool_layer_toollayer_review_gate_core__7704598b,node_agent_mmd_memory_vector_layer_memorylayer_review_5bee9816,remediate_test_6f59cafe,node_agent_mmd_orchestration_layer_orchestration_reme_359fe98f,node_agent_mmd_llm_model_layer_llmlayer_remediate_run_9e3d4585,node_agent_mmd_tool_layer_toollayer_remediate_runner__c003b871,remediate_cli_output_cc165396,pr_closeout_test_1_be1a0df1,policy_gate_213f7313,next_blocked_decisions_4140ad2b,node_agent_mmd_orchestration_layer_orchestration_lear_5a2a5b08,node_agent_mmd_tool_layer_toollayer_learnings_test_le_d61f175f,node_agent_mmd_orchestration_layer_orchestration_init_daf6ae1b,node_agent_mmd_tool_layer_toollayer_init_test_init_te_ae014ee3,node_agent_mmd_memory_vector_layer_memorylayer_init_t_bac0fb9d,doctor_test_e032e8b5,doctor_tool_checks_4acac51a,doctor_github_tool_checks_a53b0382,doctor_checks_5a2eb2b9,node_agent_mmd_orchestration_layer_orchestration_docs_22c7ae60,node_agent_mmd_tool_layer_toollayer_docs_gate_test_do_ca0c4c21,node_agent_mmd_memory_vector_layer_memorylayer_docs_g_2ab7a620,node_agent_mmd_tool_layer_toollayer_ci_migrate_core_c_049f8460,node_agent_mmd_memory_vector_layer_memorylayer_ci_mig_0cd5b1a4,types_2_d9bc6e7a,node_agent_mmd_orchestration_layer_orchestration_orch_af4e7416,node_agent_mmd_tool_layer_toollayer_orchestrator_test_b563c528,node_agent_mmd_orchestration_layer_orchestration_tool_cc43149f,node_agent_mmd_tool_layer_toollayer_tooling_baseline__61e66e9f,node_agent_mmd_memory_vector_layer_memorylayer_toolin_14f86b00,tooling_baseline_test_d272ddb6,evaluation_engine_core_e054fe49,normalise_test_73e8a615,normalise_renderer_85f2e563,normalise_he_phase_exit_test_1788efc4,node_agent_mmd_tool_layer_toollayer_validator_validat_96a84a52,node_agent_mmd_memory_vector_layer_memorylayer_valida_1b167f63,node_agent_mmd_tool_layer_toollayer_metrics_tracker_m_4c9237d8,node_agent_mmd_memory_vector_layer_memorylayer_metric_12562178,node_agent_mmd_tool_layer_toollayer_metrics_tracker_t_8947b778,node_agent_mmd_memory_vector_layer_memorylayer_metric_74129788,client_1_914e1681,pr_creator_dc6b1ea4,scaffold_shell_quality_test_79567d03,scaffold_release_private_npm_template_075499f8,scaffold_github_actions_pr_pipeline_template_e2b85f62,scaffold_github_actions_pr_pipeline_template_test_be464a7b,scaffold_github_actions_pr_pipeline_renderer_1ee18de5,scaffold_github_actions_pr_pipeline_renderer_test_2cc38272,node_agent_mmd_orchestration_layer_orchestration_scaf_c9a90c2f,node_agent_mmd_tool_layer_toollayer_scaffold_environm_c1afc013,node_agent_mmd_memory_vector_layer_memorylayer_scaffo_12b42341,node_agent_mmd_orchestration_layer_orchestration_scaf_78d57a93,node_agent_mmd_tool_layer_toollayer_scaffold_environm_1a8f8168,scaffold_config_templates_4b80ce53,scaffold_codex_environment_templates_334fbbed,scaffold_ci_templates_2afd6392,init_output_360dce91,closure_evidence_aaa31467,observed_skill_usage_ed7d5930,observed_skill_usage_test_311c215a,ralph_runtime_73d63c0e,node_agent_mmd_orchestration_layer_orchestration_he_p_fc778c24,node_agent_mmd_tool_layer_toollayer_he_phase_exit_cor_af016160,node_agent_mmd_orchestration_layer_orchestration_harn_7761fad1,node_agent_mmd_tool_layer_toollayer_harness_closeout__df9d1dab,node_agent_mmd_tool_layer_toollayer_command_registry__cce57abe,node_agent_mmd_memory_vector_layer_memorylayer_comman_362247bb,validator_helpers_7b927667,node_agent_mmd_orchestration_layer_orchestration_vali_d9fe99e6,node_agent_mmd_tool_layer_toollayer_validator_core_va_6ef6131f,node_agent_mmd_memory_vector_layer_memorylayer_valida_41034356,node_agent_mmd_orchestration_layer_orchestration_type_7cf81261,node_agent_mmd_tool_layer_toollayer_types_core_types__6c8319b6,node_agent_mmd_memory_vector_layer_memorylayer_types__83f369fa,node_agent_mmd_orchestration_layer_orchestration_poli_3270b55d,node_agent_mmd_tool_layer_toollayer_policy_validators_af136abf,node_agent_mmd_memory_vector_layer_memorylayer_policy_1944de42,node_agent_mmd_orchestration_layer_orchestration_modu_72373e29,node_agent_mmd_tool_layer_toollayer_module_boundaries_fecf90b5,node_agent_mmd_memory_vector_layer_memorylayer_module_9bfd18b1,node_agent_mmd_tool_layer_toollayer_command_capabilit_e97a4615,node_agent_mmd_memory_vector_layer_memorylayer_comman_c72a5d05,command_capabilities_a4d5c71e toolNode
  classDef memNode fill:#555,color:#fff
-   class node_agent_mmd_llm_model_layer_llmlayer_cli_dispatch__7ecbc6e7,node_agent_mmd_memory_vector_layer_memorylayer_cli_di_c121353b,run_local_memory_preflight_36e92808,run_local_memory_preflight_test_1d7c5aa0,pr_template_validator_test_569b1cef,node_agent_mmd_orchestration_layer_orchestration_tool_5f9f8adf,node_agent_mmd_memory_vector_layer_memorylayer_toolin_48be0fc9,node_agent_mmd_orchestration_layer_orchestration_tool_acfe0c01,node_agent_mmd_memory_vector_layer_memorylayer_toolin_a1185b8f,node_agent_mmd_llm_model_layer_llmlayer_search_search_66b9a911,node_agent_mmd_memory_vector_layer_memorylayer_search_ac35cb7e,node_agent_mmd_llm_model_layer_llmlayer_search_test_s_72d50705,node_agent_mmd_memory_vector_layer_memorylayer_search_ebbe6c53,node_agent_mmd_orchestration_layer_orchestration_revi_ae9f100c,node_agent_mmd_tool_layer_toollayer_review_gate_test__548e6c28,node_agent_mmd_memory_vector_layer_memorylayer_review_e0e0b257,node_agent_mmd_tool_layer_toollayer_review_gate_core__7704598b,node_agent_mmd_memory_vector_layer_memorylayer_review_5bee9816,review_context_ca6cf81d,node_agent_mmd_orchestration_layer_orchestration_revi_84f25e5b,node_agent_mmd_memory_vector_layer_memorylayer_review_3255d3cf,node_agent_mmd_orchestration_layer_orchestration_refr_10a87984,node_agent_mmd_memory_vector_layer_memorylayer_refres_b1a0f415,pattern_scope_siblings_43abe000,memory_gate_a577a506,local_memory_preflight_dcc36c42,local_memory_preflight_test_5e323bbf,node_agent_mmd_orchestration_layer_orchestration_init_daf6ae1b,node_agent_mmd_tool_layer_toollayer_init_test_init_te_ae014ee3,node_agent_mmd_memory_vector_layer_memorylayer_init_t_bac0fb9d,node_agent_mmd_llm_model_layer_llmlayer_index_context_1041bd11,node_agent_mmd_memory_vector_layer_memorylayer_index__6f3402d0,node_agent_mmd_llm_model_layer_llmlayer_index_context_7e927b45,node_agent_mmd_memory_vector_layer_memorylayer_index__46fc46d7,node_agent_mmd_orchestration_layer_orchestration_docs_22c7ae60,node_agent_mmd_tool_layer_toollayer_docs_gate_test_do_ca0c4c21,node_agent_mmd_memory_vector_layer_memorylayer_docs_g_2ab7a620,docs_gate_core_eb9b6c18,node_agent_mmd_llm_model_layer_llmlayer_context_conte_ad2dfbd9,node_agent_mmd_memory_vector_layer_memorylayer_contex_78ceaaa9,node_agent_mmd_llm_model_layer_llmlayer_context_test__32277db3,node_agent_mmd_memory_vector_layer_memorylayer_contex_4e7cab00,context_integrity_acceptance_test_59f961b1,context_health_80bb7da9,context_health_test_3b5b87f3,node_agent_mmd_orchestration_layer_orchestration_ci_m_a6704d8b,node_agent_mmd_memory_vector_layer_memorylayer_ci_mig_df76706f,node_agent_mmd_tool_layer_toollayer_ci_migrate_core_c_049f8460,node_agent_mmd_memory_vector_layer_memorylayer_ci_mig_0cd5b1a4,check_diagram_freshness_test_c1dc40aa,branch_protect_core_a8feb0fd,node_agent_mmd_orchestration_layer_orchestration_brai_9c019b6e,node_agent_mmd_memory_vector_layer_memorylayer_brain__80b5ea48,node_agent_mmd_orchestration_layer_orchestration_agen_eb715f44,node_agent_mmd_memory_vector_layer_memorylayer_agent__6f084ab8,overload_guard_2748c559,overload_guard_test_6ece9f86,types_4_822d0f88,node_agent_mmd_orchestration_layer_orchestration_sugg_85c5ebe3,node_agent_mmd_memory_vector_layer_memorylayer_sugges_267f408d,node_agent_mmd_orchestration_layer_orchestration_sugg_d0ad9d8e,node_agent_mmd_memory_vector_layer_memorylayer_sugges_b043d150,performance_overload_c685bfcf,local_memory_0db17ecc,local_memory_smoke_1175abfc,types_8_f6283648,claim_helpers_20dc8387,node_agent_mmd_orchestration_layer_orchestration_tool_cc43149f,node_agent_mmd_tool_layer_toollayer_tooling_baseline__61e66e9f,node_agent_mmd_memory_vector_layer_memorylayer_toolin_14f86b00,node_agent_mmd_orchestration_layer_orchestration_clas_899b821a,node_agent_mmd_memory_vector_layer_memorylayer_classi_1ebbf5ff,node_agent_mmd_orchestration_layer_orchestration_clas_402e0b3f,node_agent_mmd_memory_vector_layer_memorylayer_classi_58e617e7,node_agent_mmd_tool_layer_toollayer_validator_validat_96a84a52,node_agent_mmd_memory_vector_layer_memorylayer_valida_1b167f63,validator_test_1_c5015ca0,types_12_2b09659a,node_agent_mmd_tool_layer_toollayer_metrics_tracker_m_4c9237d8,node_agent_mmd_memory_vector_layer_memorylayer_metric_12562178,node_agent_mmd_tool_layer_toollayer_metrics_tracker_t_8947b778,node_agent_mmd_memory_vector_layer_memorylayer_metric_74129788,branch_enforcer_acb749cd,review_context_1_e3afed15,index_2_10143590,eval_seed_5699fd3e,workflow_contract_scripts_test_681e2e3c,scaffold_workflow_template_92310587,node_agent_mmd_orchestration_layer_orchestration_scaf_ff8f92f6,node_agent_mmd_memory_vector_layer_memorylayer_scaffo_a86eece1,scaffold_surfaces_12d6494e,scaffold_shell_templates_0ad0f915,scaffold_script_template_registry_69312d4e,scaffold_script_template_registry_test_6a8ebefe,scaffold_root_command_templates_404fed7f,scaffold_root_command_templates_test_14596939,node_agent_mmd_orchestration_layer_orchestration_scaf_c9a90c2f,node_agent_mmd_tool_layer_toollayer_scaffold_environm_c1afc013,node_agent_mmd_memory_vector_layer_memorylayer_scaffo_12b42341,node_agent_mmd_orchestration_layer_orchestration_scaf_12cc07db,node_agent_mmd_memory_vector_layer_memorylayer_scaffo_5fd73b94,scaffold_diagram_templates_dd88e83c,scaffold_diagram_templates_test_f3774c28,node_agent_mmd_orchestration_layer_orchestration_proj_6ab6f60f,node_agent_mmd_memory_vector_layer_memorylayer_projec_3ae304d9,node_agent_mmd_orchestration_layer_orchestration_proj_d78b2f4f,node_agent_mmd_memory_vector_layer_memorylayer_projec_6048335b,node_agent_mmd_orchestration_layer_orchestration_init_2a9c3ecb,node_agent_mmd_memory_vector_layer_memorylayer_init_m_333d02c5,codex_preflight_symlink_test_037558db,harness_decision_test_7e5a4fe5,types_18_37582e2a,node_agent_mmd_llm_model_layer_llmlayer_sync_contract_9f3cc8c1,node_agent_mmd_memory_vector_layer_memorylayer_sync_c_e43418bc,sync_contract_test_5dc3165c,store_824d80d7,sources_1_e133d97d,rollout_a4fa034c,node_agent_mmd_llm_model_layer_llmlayer_ollama_ollama_968b23fa,node_agent_mmd_memory_vector_layer_memorylayer_ollama_6d51be16,node_agent_mmd_llm_model_layer_llmlayer_ollama_test_o_d62a0b5a,node_agent_mmd_memory_vector_layer_memorylayer_ollama_d800c0c4,lexical_fallback_723e2b3e,init_error_5c7dd49f,node_agent_mmd_llm_model_layer_llmlayer_indexer_index_4f4deef5,node_agent_mmd_memory_vector_layer_memorylayer_indexe_93e6d86f,indexer_test_d492f0aa,node_agent_mmd_llm_model_layer_llmlayer_index_index_1_02e160ff,node_agent_mmd_memory_vector_layer_memorylayer_index__752bc61e,context_compact_policy_3dcaf95d,context_compact_policy_test_da148267,node_agent_mmd_llm_model_layer_llmlayer_constants_con_c9bd3f6c,node_agent_mmd_memory_vector_layer_memorylayer_consta_702d3f46,constants_test_5492ae98,node_agent_mmd_tool_layer_toollayer_command_registry__cce57abe,node_agent_mmd_memory_vector_layer_memorylayer_comman_362247bb,node_agent_mmd_orchestration_layer_orchestration_vali_a3b17e45,node_agent_mmd_memory_vector_layer_memorylayer_valida_caacfcdf,node_agent_mmd_orchestration_layer_orchestration_vali_d9fe99e6,node_agent_mmd_tool_layer_toollayer_validator_core_va_6ef6131f,node_agent_mmd_memory_vector_layer_memorylayer_valida_41034356,node_agent_mmd_orchestration_layer_orchestration_type_7cf81261,node_agent_mmd_tool_layer_toollayer_types_core_types__6c8319b6,node_agent_mmd_memory_vector_layer_memorylayer_types__83f369fa,node_agent_mmd_orchestration_layer_orchestration_poli_3270b55d,node_agent_mmd_tool_layer_toollayer_policy_validators_af136abf,node_agent_mmd_memory_vector_layer_memorylayer_policy_1944de42,loader_test_03424671,json_schema_core_96d7e328,index_6_fc9e91e2,harness_run_context_ac7c77a9,harness_run_context_test_c6937fed,branch_protect_sync_570adb18,node_agent_mmd_orchestration_layer_orchestration_modu_72373e29,node_agent_mmd_tool_layer_toollayer_module_boundaries_fecf90b5,node_agent_mmd_memory_vector_layer_memorylayer_module_9bfd18b1,review_gate_command_spec_3187376a,memory_gate_command_spec_dc9001a9,local_memory_preflight_command_spec_9e23f3ce,node_agent_mmd_orchestration_layer_orchestration_comm_a137ef0a,node_agent_mmd_memory_vector_layer_memorylayer_comman_d36d1650,node_agent_mmd_orchestration_layer_orchestration_comm_1f8cc24c,node_agent_mmd_llm_model_layer_llmlayer_command_specs_782af9fa,node_agent_mmd_memory_vector_layer_memorylayer_comman_111eb454,node_agent_mmd_tool_layer_toollayer_command_capabilit_e97a4615,node_agent_mmd_memory_vector_layer_memorylayer_comman_c72a5d05 memNode
+   class node_agent_mmd_llm_model_layer_llmlayer_cli_dispatch__7ecbc6e7,node_agent_mmd_memory_vector_layer_memorylayer_cli_di_c121353b,run_local_memory_preflight_36e92808,run_local_memory_preflight_test_1d7c5aa0,pr_template_validator_test_569b1cef,memory_gate_a577a506,node_agent_mmd_orchestration_layer_orchestration_tool_5f9f8adf,node_agent_mmd_memory_vector_layer_memorylayer_toolin_48be0fc9,node_agent_mmd_orchestration_layer_orchestration_tool_acfe0c01,node_agent_mmd_memory_vector_layer_memorylayer_toolin_a1185b8f,node_agent_mmd_llm_model_layer_llmlayer_search_search_66b9a911,node_agent_mmd_memory_vector_layer_memorylayer_search_ac35cb7e,node_agent_mmd_llm_model_layer_llmlayer_search_test_s_72d50705,node_agent_mmd_memory_vector_layer_memorylayer_search_ebbe6c53,node_agent_mmd_orchestration_layer_orchestration_revi_ae9f100c,node_agent_mmd_tool_layer_toollayer_review_gate_test__548e6c28,node_agent_mmd_memory_vector_layer_memorylayer_review_e0e0b257,node_agent_mmd_tool_layer_toollayer_review_gate_core__7704598b,node_agent_mmd_memory_vector_layer_memorylayer_review_5bee9816,review_context_ca6cf81d,node_agent_mmd_orchestration_layer_orchestration_revi_84f25e5b,node_agent_mmd_memory_vector_layer_memorylayer_review_3255d3cf,node_agent_mmd_orchestration_layer_orchestration_refr_10a87984,node_agent_mmd_memory_vector_layer_memorylayer_refres_b1a0f415,pattern_scope_siblings_43abe000,memory_gate_1_265164ac,local_memory_preflight_dcc36c42,local_memory_preflight_test_5e323bbf,node_agent_mmd_orchestration_layer_orchestration_init_daf6ae1b,node_agent_mmd_tool_layer_toollayer_init_test_init_te_ae014ee3,node_agent_mmd_memory_vector_layer_memorylayer_init_t_bac0fb9d,node_agent_mmd_llm_model_layer_llmlayer_index_context_1041bd11,node_agent_mmd_memory_vector_layer_memorylayer_index__6f3402d0,node_agent_mmd_llm_model_layer_llmlayer_index_context_7e927b45,node_agent_mmd_memory_vector_layer_memorylayer_index__46fc46d7,node_agent_mmd_orchestration_layer_orchestration_docs_22c7ae60,node_agent_mmd_tool_layer_toollayer_docs_gate_test_do_ca0c4c21,node_agent_mmd_memory_vector_layer_memorylayer_docs_g_2ab7a620,docs_gate_core_eb9b6c18,node_agent_mmd_llm_model_layer_llmlayer_context_conte_ad2dfbd9,node_agent_mmd_memory_vector_layer_memorylayer_contex_78ceaaa9,node_agent_mmd_llm_model_layer_llmlayer_context_test__32277db3,node_agent_mmd_memory_vector_layer_memorylayer_contex_4e7cab00,context_integrity_acceptance_test_59f961b1,context_health_80bb7da9,context_health_test_3b5b87f3,node_agent_mmd_orchestration_layer_orchestration_ci_m_a6704d8b,node_agent_mmd_memory_vector_layer_memorylayer_ci_mig_df76706f,node_agent_mmd_tool_layer_toollayer_ci_migrate_core_c_049f8460,node_agent_mmd_memory_vector_layer_memorylayer_ci_mig_0cd5b1a4,check_diagram_freshness_test_c1dc40aa,branch_protect_core_a8feb0fd,node_agent_mmd_orchestration_layer_orchestration_brai_9c019b6e,node_agent_mmd_memory_vector_layer_memorylayer_brain__80b5ea48,node_agent_mmd_orchestration_layer_orchestration_agen_eb715f44,node_agent_mmd_memory_vector_layer_memorylayer_agent__6f084ab8,overload_guard_2748c559,overload_guard_test_6ece9f86,types_5_f869ec4b,performance_overload_c685bfcf,local_memory_0db17ecc,local_memory_smoke_1175abfc,types_9_1db4641f,claim_helpers_20dc8387,node_agent_mmd_orchestration_layer_orchestration_sugg_85c5ebe3,node_agent_mmd_memory_vector_layer_memorylayer_sugges_267f408d,node_agent_mmd_orchestration_layer_orchestration_sugg_d0ad9d8e,node_agent_mmd_memory_vector_layer_memorylayer_sugges_b043d150,node_agent_mmd_orchestration_layer_orchestration_tool_cc43149f,node_agent_mmd_tool_layer_toollayer_tooling_baseline__61e66e9f,node_agent_mmd_memory_vector_layer_memorylayer_toolin_14f86b00,node_agent_mmd_orchestration_layer_orchestration_clas_899b821a,node_agent_mmd_memory_vector_layer_memorylayer_classi_1ebbf5ff,node_agent_mmd_orchestration_layer_orchestration_clas_402e0b3f,node_agent_mmd_memory_vector_layer_memorylayer_classi_58e617e7,node_agent_mmd_tool_layer_toollayer_validator_validat_96a84a52,node_agent_mmd_memory_vector_layer_memorylayer_valida_1b167f63,validator_test_1_c5015ca0,types_13_d025517b,node_agent_mmd_tool_layer_toollayer_metrics_tracker_m_4c9237d8,node_agent_mmd_memory_vector_layer_memorylayer_metric_12562178,node_agent_mmd_tool_layer_toollayer_metrics_tracker_t_8947b778,node_agent_mmd_memory_vector_layer_memorylayer_metric_74129788,branch_enforcer_acb749cd,review_context_1_e3afed15,index_2_10143590,eval_seed_5699fd3e,workflow_contract_scripts_test_681e2e3c,scaffold_workflow_template_92310587,node_agent_mmd_orchestration_layer_orchestration_scaf_ff8f92f6,node_agent_mmd_memory_vector_layer_memorylayer_scaffo_a86eece1,scaffold_surfaces_12d6494e,scaffold_shell_templates_0ad0f915,scaffold_script_template_registry_69312d4e,scaffold_script_template_registry_test_6a8ebefe,scaffold_root_command_templates_404fed7f,scaffold_root_command_templates_test_14596939,node_agent_mmd_orchestration_layer_orchestration_scaf_c9a90c2f,node_agent_mmd_tool_layer_toollayer_scaffold_environm_c1afc013,node_agent_mmd_memory_vector_layer_memorylayer_scaffo_12b42341,node_agent_mmd_orchestration_layer_orchestration_scaf_12cc07db,node_agent_mmd_memory_vector_layer_memorylayer_scaffo_5fd73b94,scaffold_diagram_templates_dd88e83c,scaffold_diagram_templates_test_f3774c28,node_agent_mmd_orchestration_layer_orchestration_proj_6ab6f60f,node_agent_mmd_memory_vector_layer_memorylayer_projec_3ae304d9,node_agent_mmd_orchestration_layer_orchestration_proj_d78b2f4f,node_agent_mmd_memory_vector_layer_memorylayer_projec_6048335b,node_agent_mmd_orchestration_layer_orchestration_init_2a9c3ecb,node_agent_mmd_memory_vector_layer_memorylayer_init_m_333d02c5,codex_preflight_symlink_test_037558db,harness_decision_test_7e5a4fe5,node_agent_mmd_tool_layer_toollayer_command_registry__cce57abe,node_agent_mmd_memory_vector_layer_memorylayer_comman_362247bb,types_19_eb4ad5f0,node_agent_mmd_llm_model_layer_llmlayer_sync_contract_9f3cc8c1,node_agent_mmd_memory_vector_layer_memorylayer_sync_c_e43418bc,sync_contract_test_5dc3165c,store_824d80d7,sources_1_e133d97d,rollout_a4fa034c,node_agent_mmd_llm_model_layer_llmlayer_ollama_ollama_968b23fa,node_agent_mmd_memory_vector_layer_memorylayer_ollama_6d51be16,node_agent_mmd_llm_model_layer_llmlayer_ollama_test_o_d62a0b5a,node_agent_mmd_memory_vector_layer_memorylayer_ollama_d800c0c4,lexical_fallback_723e2b3e,init_error_5c7dd49f,node_agent_mmd_llm_model_layer_llmlayer_indexer_index_4f4deef5,node_agent_mmd_memory_vector_layer_memorylayer_indexe_93e6d86f,indexer_test_d492f0aa,node_agent_mmd_llm_model_layer_llmlayer_index_index_1_02e160ff,node_agent_mmd_memory_vector_layer_memorylayer_index__752bc61e,context_compact_policy_3dcaf95d,context_compact_policy_test_da148267,node_agent_mmd_llm_model_layer_llmlayer_constants_con_c9bd3f6c,node_agent_mmd_memory_vector_layer_memorylayer_consta_702d3f46,constants_test_5492ae98,node_agent_mmd_orchestration_layer_orchestration_vali_a3b17e45,node_agent_mmd_memory_vector_layer_memorylayer_valida_caacfcdf,node_agent_mmd_orchestration_layer_orchestration_vali_d9fe99e6,node_agent_mmd_tool_layer_toollayer_validator_core_va_6ef6131f,node_agent_mmd_memory_vector_layer_memorylayer_valida_41034356,node_agent_mmd_orchestration_layer_orchestration_type_7cf81261,node_agent_mmd_tool_layer_toollayer_types_core_types__6c8319b6,node_agent_mmd_memory_vector_layer_memorylayer_types__83f369fa,node_agent_mmd_orchestration_layer_orchestration_poli_3270b55d,node_agent_mmd_tool_layer_toollayer_policy_validators_af136abf,node_agent_mmd_memory_vector_layer_memorylayer_policy_1944de42,loader_test_03424671,json_schema_core_96d7e328,index_6_fc9e91e2,harness_run_context_ac7c77a9,harness_run_context_test_c6937fed,branch_protect_sync_570adb18,node_agent_mmd_orchestration_layer_orchestration_modu_72373e29,node_agent_mmd_tool_layer_toollayer_module_boundaries_fecf90b5,node_agent_mmd_memory_vector_layer_memorylayer_module_9bfd18b1,review_gate_command_spec_3187376a,memory_gate_command_spec_dc9001a9,local_memory_preflight_command_spec_9e23f3ce,node_agent_mmd_orchestration_layer_orchestration_comm_a137ef0a,node_agent_mmd_memory_vector_layer_memorylayer_comman_d36d1650,node_agent_mmd_orchestration_layer_orchestration_comm_1f8cc24c,node_agent_mmd_llm_model_layer_llmlayer_command_specs_782af9fa,node_agent_mmd_memory_vector_layer_memorylayer_comman_111eb454,node_agent_mmd_tool_layer_toollayer_command_capabilit_e97a4615,node_agent_mmd_memory_vector_layer_memorylayer_comman_c72a5d05 memNode
